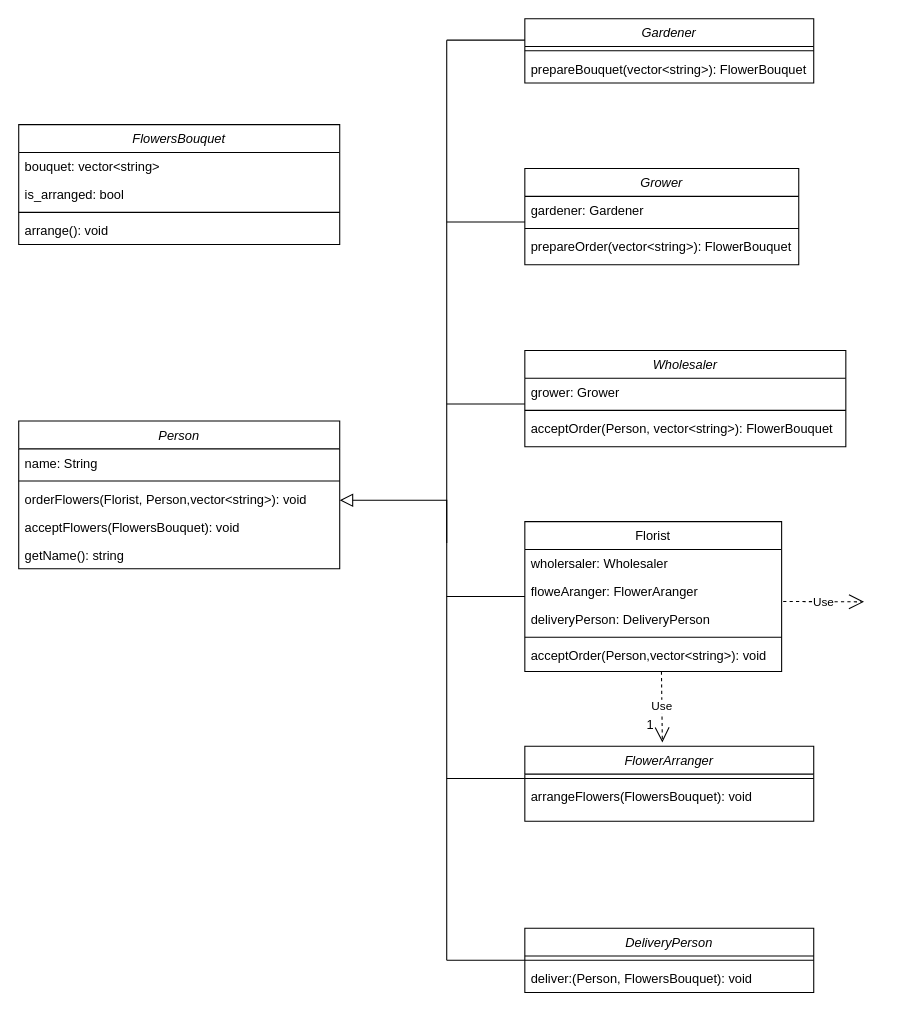
Before: hw2.drawio in NadavKurin/Components, a draw.io diagram. Source tidied: cells renumbered, new cells numbered last; positions are measured from the earlier drawing's top-left corner, leaving out a move shared by most shapes. Both pictures are drawn from the tidied source at 107%, with x=0, y=0 at pixel (18, 18).
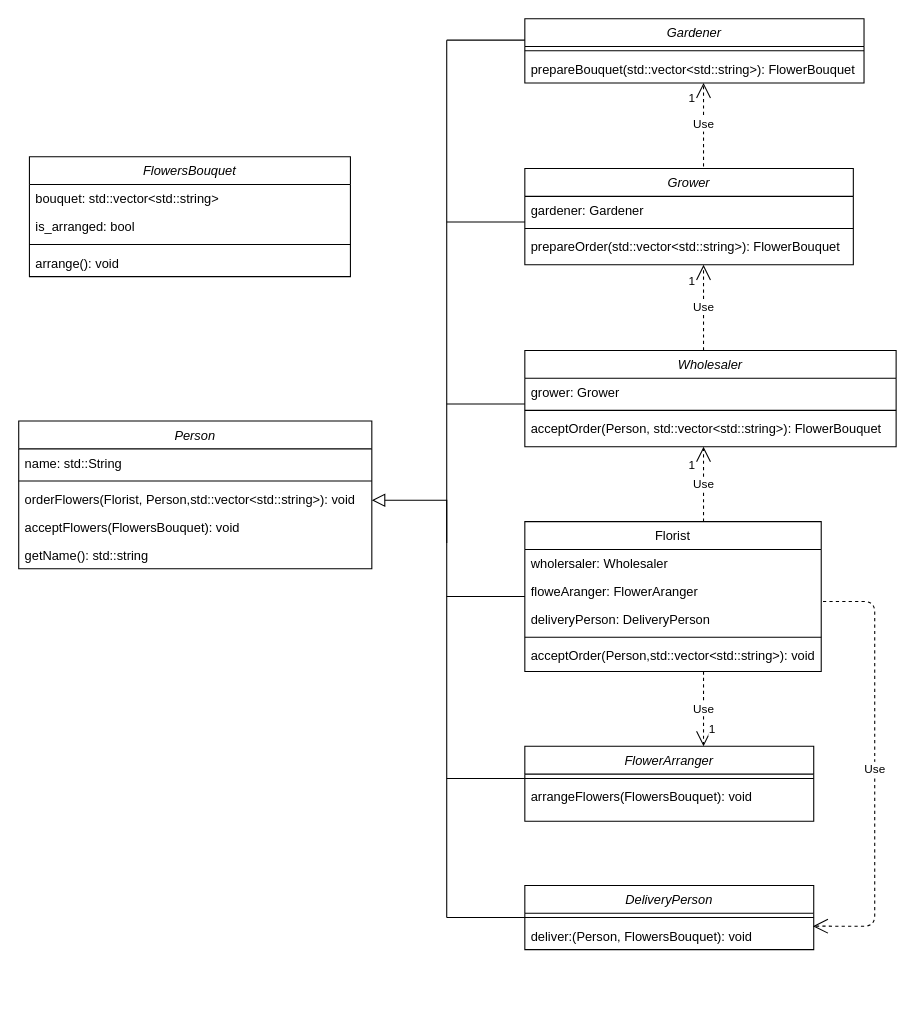
The same page after the edit.

The change refers to these unchanged cells:
```xml
<mxCell id="26" value="FlowerArranger" style="swimlane;fontStyle=2;align=center;verticalAlign=top;horizontal=1;startSize=26;rounded=0;shadow=0;strokeWidth=1;" parent="1" vertex="1">
  <mxGeometry x="473" y="680" width="270" height="70" as="geometry" />
</mxCell>
<mxCell id="31" value="deliver:(Person, FlowersBouquet): void" style="text;align=left;verticalAlign=top;spacingLeft=4;spacingRight=4;overflow=hidden;points=[[0,0.5],[1,0.5]];portConstraint=eastwest;" parent="29" vertex="1">
  <mxGeometry y="34" width="270" height="26" as="geometry" />
</mxCell>
```

The edit, as a diff of the source:
```diff
@@
     <mxCell id="2" value="Person" style="swimlane;fontStyle=2;align=center;verticalAlign=top;horizontal=1;startSize=26;rounded=0;shadow=0;strokeWidth=1;" parent="1" vertex="1">
-      <mxGeometry y="376" width="300" height="138" as="geometry" />
+      <mxGeometry y="376" width="330" height="138" as="geometry" />
     </mxCell>
-    <mxCell id="3" value="name: String" style="text;align=left;verticalAlign=top;spacingLeft=4;spacingRight=4;overflow=hidden;" parent="2" vertex="1">
-      <mxGeometry y="26" width="300" height="26" as="geometry" />
+    <mxCell id="3" value="name: std::String" style="text;align=left;verticalAlign=top;spacingLeft=4;spacingRight=4;overflow=hidden;" parent="2" vertex="1">
+      <mxGeometry y="26" width="330" height="26" as="geometry" />
     </mxCell>
     <mxCell id="4" style="line;html=1;strokeWidth=1;align=left;verticalAlign=middle;spacingTop=-1;spacingLeft=3;spacingRight=3;labelPosition=right;" parent="2" vertex="1">
-      <mxGeometry y="52" width="300" height="8" as="geometry" />
+      <mxGeometry y="52" width="330" height="8" as="geometry" />
     </mxCell>
-    <mxCell id="5" value="orderFlowers(Florist, Person,vector&lt;string&gt;): void" style="text;align=left;verticalAlign=top;spacingLeft=4;spacingRight=4;overflow=hidden;" parent="2" vertex="1">
-      <mxGeometry y="60" width="300" height="26" as="geometry" />
+    <mxCell id="5" value="orderFlowers(Florist, Person,std::vector&lt;std::string&gt;): void" style="text;align=left;verticalAlign=top;spacingLeft=4;spacingRight=4;overflow=hidden;" parent="2" vertex="1">
+      <mxGeometry y="60" width="330" height="26" as="geometry" />
     </mxCell>
     <mxCell id="6" value="acceptFlowers(FlowersBouquet): void" style="text;align=left;verticalAlign=top;spacingLeft=4;spacingRight=4;overflow=hidden;" parent="2" vertex="1">
-      <mxGeometry y="86" width="300" height="26" as="geometry" />
+      <mxGeometry y="86" width="330" height="26" as="geometry" />
     </mxCell>
-    <mxCell id="7" value="getName(): string" style="text;align=left;verticalAlign=top;spacingLeft=4;spacingRight=4;overflow=hidden;" parent="2" vertex="1">
-      <mxGeometry y="112" width="300" height="26" as="geometry" />
+    <mxCell id="7" value="getName(): std::string" style="text;align=left;verticalAlign=top;spacingLeft=4;spacingRight=4;overflow=hidden;" parent="2" vertex="1">
+      <mxGeometry y="112" width="330" height="26" as="geometry" />
     </mxCell>
     <mxCell id="8" value="Florist" style="swimlane;fontStyle=0;align=center;verticalAlign=top;horizontal=1;startSize=26;rounded=0;shadow=0;strokeWidth=1;" parent="1" vertex="1">
-      <mxGeometry x="473" y="470" width="240" height="140" as="geometry" />
+      <mxGeometry x="473" y="470" width="277" height="140" as="geometry" />
     </mxCell>
     <mxCell id="9" value="wholersaler: Wholesaler" style="text;align=left;verticalAlign=top;spacingLeft=4;spacingRight=4;overflow=hidden;" parent="8" vertex="1">
-      <mxGeometry y="26" width="240" height="26" as="geometry" />
+      <mxGeometry y="26" width="277" height="26" as="geometry" />
     </mxCell>
     <mxCell id="10" value="floweAranger: FlowerAranger" style="text;align=left;verticalAlign=top;spacingLeft=4;spacingRight=4;overflow=hidden;rounded=0;shadow=0;html=0;" parent="8" vertex="1">
-      <mxGeometry y="52" width="240" height="26" as="geometry" />
+      <mxGeometry y="52" width="277" height="26" as="geometry" />
     </mxCell>
     <mxCell id="11" value="deliveryPerson: DeliveryPerson" style="text;align=left;verticalAlign=top;spacingLeft=4;spacingRight=4;overflow=hidden;points=[[0,0.5],[1,0.5]];portConstraint=eastwest;rounded=0;shadow=0;html=0;" parent="8" vertex="1">
-      <mxGeometry y="78" width="240" height="26" as="geometry" />
+      <mxGeometry y="78" width="277" height="26" as="geometry" />
     </mxCell>
     <mxCell id="12" style="line;html=1;strokeWidth=1;align=left;verticalAlign=middle;spacingTop=-1;spacingLeft=3;spacingRight=3;labelPosition=right;" parent="8" vertex="1">
-      <mxGeometry y="104" width="240" height="8" as="geometry" />
+      <mxGeometry y="104" width="277" height="8" as="geometry" />
     </mxCell>
-    <mxCell id="13" value="acceptOrder(Person,vector&lt;string&gt;): void" style="text;align=left;verticalAlign=top;spacingLeft=4;spacingRight=4;overflow=hidden;points=[[0,0.5],[1,0.5]];portConstraint=eastwest;" parent="8" vertex="1">
-      <mxGeometry y="112" width="240" height="26" as="geometry" />
+    <mxCell id="13" value="acceptOrder(Person,std::vector&lt;std::string&gt;): void" style="text;align=left;verticalAlign=top;spacingLeft=4;spacingRight=4;overflow=hidden;points=[[0,0.5],[1,0.5]];portConstraint=eastwest;" parent="8" vertex="1">
+      <mxGeometry y="112" width="277" height="26" as="geometry" />
     </mxCell>
@@
     <mxCell id="15" value="Wholesaler" style="swimlane;fontStyle=2;align=center;verticalAlign=top;horizontal=1;startSize=26;rounded=0;shadow=0;strokeWidth=1;" parent="1" vertex="1">
-      <mxGeometry x="473" y="310" width="300" height="90" as="geometry" />
+      <mxGeometry x="473" y="310" width="347" height="90" as="geometry" />
     </mxCell>
     <mxCell id="16" value="grower: Grower" style="text;align=left;verticalAlign=top;spacingLeft=4;spacingRight=4;overflow=hidden;" parent="15" vertex="1">
-      <mxGeometry y="26" width="300" height="26" as="geometry" />
+      <mxGeometry y="26" width="347" height="26" as="geometry" />
     </mxCell>
     <mxCell id="17" style="line;html=1;strokeWidth=1;align=left;verticalAlign=middle;spacingTop=-1;spacingLeft=3;spacingRight=3;labelPosition=right;" parent="15" vertex="1">
-      <mxGeometry y="52" width="300" height="8" as="geometry" />
+      <mxGeometry y="52" width="347" height="8" as="geometry" />
     </mxCell>
-    <mxCell id="18" value="acceptOrder(Person, vector&lt;string&gt;): FlowerBouquet" style="text;align=left;verticalAlign=top;spacingLeft=4;spacingRight=4;overflow=hidden;" parent="15" vertex="1">
-      <mxGeometry y="60" width="300" height="26" as="geometry" />
+    <mxCell id="18" value="acceptOrder(Person, std::vector&lt;std::string&gt;): FlowerBouquet" style="text;align=left;verticalAlign=top;spacingLeft=4;spacingRight=4;overflow=hidden;" parent="15" vertex="1">
+      <mxGeometry y="60" width="347" height="26" as="geometry" />
     </mxCell>
     <mxCell id="19" value="Grower" style="swimlane;fontStyle=2;align=center;verticalAlign=top;horizontal=1;startSize=26;rounded=0;shadow=0;strokeWidth=1;" parent="1" vertex="1">
-      <mxGeometry x="473" y="140" width="256" height="90" as="geometry" />
+      <mxGeometry x="473" y="140" width="307" height="90" as="geometry" />
     </mxCell>
     <mxCell id="20" value="gardener: Gardener" style="text;align=left;verticalAlign=top;spacingLeft=4;spacingRight=4;overflow=hidden;" parent="19" vertex="1">
-      <mxGeometry y="26" width="256" height="26" as="geometry" />
+      <mxGeometry y="26" width="307" height="26" as="geometry" />
     </mxCell>
     <mxCell id="21" style="line;html=1;strokeWidth=1;align=left;verticalAlign=middle;spacingTop=-1;spacingLeft=3;spacingRight=3;labelPosition=right;" parent="19" vertex="1">
-      <mxGeometry y="52" width="256" height="8" as="geometry" />
+      <mxGeometry y="52" width="307" height="8" as="geometry" />
     </mxCell>
-    <mxCell id="22" value="prepareOrder(vector&lt;string&gt;): FlowerBouquet" style="text;align=left;verticalAlign=top;spacingLeft=4;spacingRight=4;overflow=hidden;" parent="19" vertex="1">
-      <mxGeometry y="60" width="256" height="26" as="geometry" />
+    <mxCell id="22" value="prepareOrder(std::vector&lt;std::string&gt;): FlowerBouquet" style="text;align=left;verticalAlign=top;spacingLeft=4;spacingRight=4;overflow=hidden;" parent="19" vertex="1">
+      <mxGeometry y="60" width="307" height="26" as="geometry" />
     </mxCell>
     <mxCell id="23" value="Gardener" style="swimlane;fontStyle=2;align=center;verticalAlign=top;horizontal=1;startSize=26;rounded=0;shadow=0;strokeWidth=1;" parent="1" vertex="1">
-      <mxGeometry x="473" width="270" height="60" as="geometry" />
+      <mxGeometry x="473" width="317" height="60" as="geometry" />
     </mxCell>
     <mxCell id="24" style="line;html=1;strokeWidth=1;align=left;verticalAlign=middle;spacingTop=-1;spacingLeft=3;spacingRight=3;labelPosition=right;" parent="23" vertex="1">
-      <mxGeometry y="26" width="270" height="8" as="geometry" />
+      <mxGeometry y="26" width="317" height="8" as="geometry" />
     </mxCell>
-    <mxCell id="25" value="prepareBouquet(vector&lt;string&gt;): FlowerBouquet" style="text;align=left;verticalAlign=top;spacingLeft=4;spacingRight=4;overflow=hidden;" parent="23" vertex="1">
-      <mxGeometry y="34" width="270" height="26" as="geometry" />
+    <mxCell id="25" value="prepareBouquet(std::vector&lt;std::string&gt;): FlowerBouquet" style="text;align=left;verticalAlign=top;spacingLeft=4;spacingRight=4;overflow=hidden;" parent="23" vertex="1">
+      <mxGeometry y="34" width="317" height="26" as="geometry" />
     </mxCell>
@@
     <mxCell id="28" value="arrangeFlowers(FlowersBouquet): void" style="text;align=left;verticalAlign=top;spacingLeft=4;spacingRight=4;overflow=hidden;" parent="26" vertex="1">
-      <mxGeometry y="34" width="270" height="26" as="geometry" />
+      <mxGeometry y="34" width="270" height="16" as="geometry" />
     </mxCell>
     <mxCell id="29" value="DeliveryPerson" style="swimlane;fontStyle=2;align=center;verticalAlign=top;horizontal=1;startSize=26;rounded=0;shadow=0;strokeWidth=1;" parent="1" vertex="1">
-      <mxGeometry x="473" y="850" width="270" height="60" as="geometry" />
+      <mxGeometry x="473" y="810" width="270" height="60" as="geometry" />
     </mxCell>
@@
     <mxCell id="32" value="FlowersBouquet" style="swimlane;fontStyle=2;align=center;verticalAlign=top;horizontal=1;startSize=26;rounded=0;shadow=0;strokeWidth=1;" parent="1" vertex="1">
-      <mxGeometry y="99" width="300" height="112" as="geometry" />
+      <mxGeometry x="10" y="129" width="300" height="112" as="geometry" />
     </mxCell>
-    <mxCell id="33" value="bouquet: vector&lt;string&gt;" style="text;align=left;verticalAlign=top;spacingLeft=4;spacingRight=4;overflow=hidden;" parent="32" vertex="1">
+    <mxCell id="33" value="bouquet: std::vector&lt;std::string&gt;" style="text;align=left;verticalAlign=top;spacingLeft=4;spacingRight=4;overflow=hidden;" parent="32" vertex="1">
       <mxGeometry y="26" width="300" height="26" as="geometry" />
     </mxCell>
@@
     <mxCell id="37" style="endArrow=none;html=1;" parent="1" edge="1">
       <mxGeometry relative="1" as="geometry">
-        <mxPoint x="400" y="880" as="sourcePoint" />
+        <mxPoint x="400" y="840" as="sourcePoint" />
         <mxPoint x="400" y="20" as="targetPoint" />
       </mxGeometry>
     </mxCell>
     <mxCell id="38" style="endArrow=none;html=1;" parent="1" edge="1">
       <mxGeometry relative="1" as="geometry">
-        <mxPoint x="400" y="880" as="sourcePoint" />
-        <mxPoint x="473" y="880" as="targetPoint" />
+        <mxPoint x="400" y="840" as="sourcePoint" />
+        <mxPoint x="473" y="840" as="targetPoint" />
       </mxGeometry>
     </mxCell>
@@
-    <mxCell id="44" value="Use" style="endArrow=open;endSize=12;dashed=1;html=1;exitX=0.532;exitY=1.081;exitDx=0;exitDy=0;entryX=0.476;entryY=-0.051;entryDx=0;entryDy=0;entryPerimeter=0;exitPerimeter=0;" parent="1" edge="1" source="13" target="26">
-      <mxGeometry relative="1" as="geometry" />
+    <mxCell id="44" value="Use" style="endArrow=open;endSize=12;dashed=1;html=1;" parent="1" edge="1">
+      <mxGeometry relative="1" as="geometry">
+        <mxPoint x="640" y="610" as="sourcePoint" />
+        <mxPoint x="640" y="680" as="targetPoint" />
+      </mxGeometry>
     </mxCell>
-    <mxCell id="45" value="1" style="text;html=1;align=center;verticalAlign=middle;strokeColor=none;" parent="1" vertex="1">
-      <mxGeometry x="580" y="650" width="20" height="20" as="geometry" />
-    </mxCell>
+    <mxCell id="47" value="1" style="edgeLabel;html=1;align=center;verticalAlign=middle;" parent="44" vertex="1">
+      <mxGeometry x="0.64" y="-4" relative="1" as="geometry">
+        <mxPoint x="11" y="-4" as="offset" />
+      </mxGeometry>
+    </mxCell>
-    <mxCell id="46" value="Use" style="endArrow=open;endSize=12;dashed=1;html=1;exitX=1.006;exitY=-0.129;exitDx=0;exitDy=0;exitPerimeter=0;" parent="1" edge="1" source="11">
+    <mxCell id="46" value="Use" style="endArrow=open;endSize=12;dashed=1;html=1;exitX=1.006;exitY=-0.129;exitDx=0;exitDy=0;exitPerimeter=0;edgeStyle=orthogonalEdgeStyle;entryX=0.997;entryY=0.156;entryDx=0;entryDy=0;entryPerimeter=0;" parent="1" edge="1" source="11" target="31">
       <mxGeometry relative="1" as="geometry">
-        <mxPoint x="790" y="545" as="targetPoint" />
+        <Array as="points">
+          <mxPoint x="800" y="545" />
+          <mxPoint x="800" y="848" />
+        </Array>
       </mxGeometry>
     </mxCell>
+    <mxCell id="48" value="Use" style="endArrow=open;endSize=12;dashed=1;html=1;" parent="1" edge="1">
+      <mxGeometry relative="1" as="geometry">
+        <mxPoint x="640" y="470" as="sourcePoint" />
+        <mxPoint x="640" y="400" as="targetPoint" />
+      </mxGeometry>
+    </mxCell>
+    <mxCell id="49" value="1" style="edgeLabel;html=1;align=center;verticalAlign=middle;" parent="48" vertex="1">
+      <mxGeometry x="-0.68" y="-2" relative="1" as="geometry">
+        <mxPoint x="-14" y="-43" as="offset" />
+      </mxGeometry>
+    </mxCell>
+    <mxCell id="50" value="Use" style="endArrow=open;endSize=12;dashed=1;html=1;" parent="1" edge="1">
+      <mxGeometry relative="1" as="geometry">
+        <mxPoint x="640" y="310" as="sourcePoint" />
+        <mxPoint x="640" y="230" as="targetPoint" />
+      </mxGeometry>
+    </mxCell>
+    <mxCell id="51" value="1" style="edgeLabel;html=1;align=center;verticalAlign=middle;" parent="50" vertex="1">
+      <mxGeometry x="-0.68" y="-2" relative="1" as="geometry">
+        <mxPoint x="-14" y="-53" as="offset" />
+      </mxGeometry>
+    </mxCell>
+    <mxCell id="52" value="Use" style="endArrow=open;endSize=12;dashed=1;html=1;" parent="1" edge="1">
+      <mxGeometry relative="1" as="geometry">
+        <mxPoint x="640" y="138" as="sourcePoint" />
+        <mxPoint x="640" y="60" as="targetPoint" />
+      </mxGeometry>
+    </mxCell>
+    <mxCell id="53" value="1" style="edgeLabel;html=1;align=center;verticalAlign=middle;" parent="52" vertex="1">
+      <mxGeometry x="-0.68" y="-2" relative="1" as="geometry">
+        <mxPoint x="-14" y="-53" as="offset" />
+      </mxGeometry>
+    </mxCell>
```
